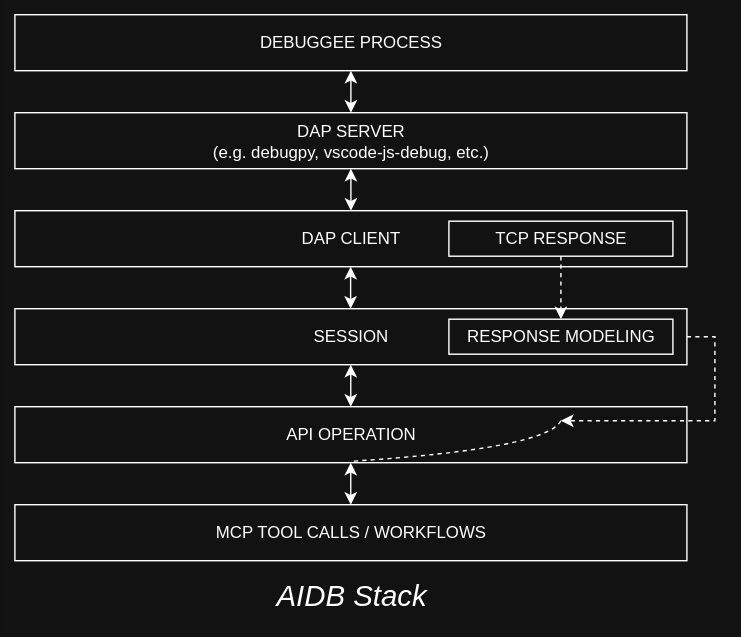
The draw.io diagram docs/_static/aidb-arch.svg in ai-debugger-inc/aidb, before a commit. Source tidied: cells renumbered, new cells last; positions are measured from the earlier drawing's top-left corner, leaving out a move shared by most shapes.
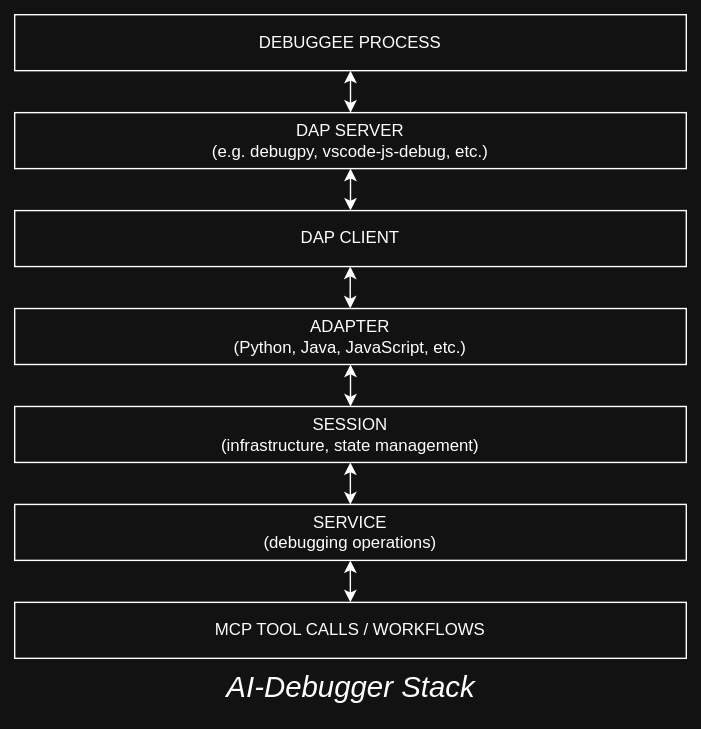
After the change.

What changed in the source:
```diff
@@ -2,11 +2,11 @@
   <root>
     <mxCell id="0" />
     <mxCell id="1" parent="0" />
-    <mxCell id="2" value="API OPERATION" style="rounded=0;whiteSpace=wrap;html=1;fillStyle=auto;" parent="1" vertex="1">
-      <mxGeometry y="280" width="480" height="40" as="geometry" />
+    <mxCell id="2" value="SERVICE&lt;div&gt;(debugging operations)&lt;/div&gt;" style="rounded=0;whiteSpace=wrap;html=1;fillStyle=auto;" parent="1" vertex="1">
+      <mxGeometry y="350" width="480" height="40" as="geometry" />
     </mxCell>
-    <mxCell id="3" value="SESSION" style="rounded=0;whiteSpace=wrap;html=1;" parent="1" vertex="1">
-      <mxGeometry y="210" width="480" height="40" as="geometry" />
+    <mxCell id="3" value="SESSION&lt;div&gt;(infrastructure, state management)&lt;/div&gt;" style="rounded=0;whiteSpace=wrap;html=1;" parent="1" vertex="1">
+      <mxGeometry y="280" width="480" height="40" as="geometry" />
     </mxCell>
     <mxCell id="4" value="DAP CLIENT" style="rounded=0;whiteSpace=wrap;html=1;" parent="1" vertex="1">
       <mxGeometry y="140" width="480" height="40" as="geometry" />
@@ -18,15 +18,15 @@
       <mxGeometry width="480" height="40" as="geometry" />
     </mxCell>
     <mxCell id="7" value="MCP TOOL CALLS / WORKFLOWS" style="rounded=0;whiteSpace=wrap;html=1;" parent="1" vertex="1">
-      <mxGeometry y="350" width="480" height="40" as="geometry" />
+      <mxGeometry y="420" width="480" height="40" as="geometry" />
     </mxCell>
-    <mxCell id="8" value="&lt;font style=&quot;font-size: 21px;&quot;&gt;&lt;i&gt;AIDB Stack&lt;/i&gt;&lt;/font&gt;" style="text;html=1;align=center;verticalAlign=middle;strokeColor=none;fillColor=none;" parent="1" vertex="1">
-      <mxGeometry x="175" y="394" width="130" height="40" as="geometry" />
+    <mxCell id="8" value="&lt;font style=&quot;font-size: 21px;&quot;&gt;&lt;i&gt;AI-Debugger Stack&lt;/i&gt;&lt;/font&gt;" style="text;html=1;align=center;verticalAlign=middle;strokeColor=none;fillColor=none;" parent="1" vertex="1">
+      <mxGeometry x="140" y="460" width="200" height="40" as="geometry" />
     </mxCell>
     <mxCell id="9" style="endArrow=classic;startArrow=classic;html=1;rounded=0;exitX=0.5;exitY=0;exitDx=0;exitDy=0;" parent="1" edge="1">
       <mxGeometry relative="1" as="geometry">
-        <mxPoint x="239.9" y="350" as="sourcePoint" />
-        <mxPoint x="239.9" y="320" as="targetPoint" />
+        <mxPoint x="239.9" y="420" as="sourcePoint" />
+        <mxPoint x="239.9" y="390" as="targetPoint" />
       </mxGeometry>
     </mxCell>
     <mxCell id="10" style="endArrow=classic;startArrow=classic;html=1;rounded=0;exitX=0.5;exitY=0;exitDx=0;exitDy=0;" parent="1" edge="1">
@@ -45,38 +45,19 @@
         <mxPoint x="240" y="40" as="targetPoint" />
       </mxGeometry>
     </mxCell>
-    <mxCell id="13" value="RESPONSE MODELING" style="rounded=0;whiteSpace=wrap;html=1;" parent="1" vertex="1">
-      <mxGeometry x="310" y="217.5" width="160" height="25" as="geometry" />
-    </mxCell>
-    <mxCell id="14" style="endArrow=classic;html=1;rounded=0;dashed=1;exitX=1;exitY=0.5;exitDx=0;exitDy=0;" parent="1" edge="1" source="3">
-      <mxGeometry relative="1" as="geometry">
-        <mxPoint x="390" y="290" as="targetPoint" />
-        <Array as="points">
-          <mxPoint x="500" y="230" />
-          <mxPoint x="500" y="290" />
-        </Array>
-      </mxGeometry>
-    </mxCell>
-    <mxCell id="15" style="endArrow=classic;html=1;rounded=0;dashed=1;exitX=0.5;exitY=1;exitDx=0;exitDy=0;entryX=0.5;entryY=0;entryDx=0;entryDy=0;" parent="1" edge="1" source="18" target="13">
-      <mxGeometry relative="1" as="geometry" />
-    </mxCell>
-    <mxCell id="16" style="curved=1;endArrow=none;html=1;rounded=0;dashed=1;endFill=0;" parent="1" edge="1">
-      <mxGeometry relative="1" as="geometry">
-        <mxPoint x="390" y="290" as="sourcePoint" />
-        <mxPoint x="240" y="319" as="targetPoint" />
-        <Array as="points">
-          <mxPoint x="380" y="310" />
-        </Array>
-      </mxGeometry>
-    </mxCell>
     <mxCell id="17" style="endArrow=classic;startArrow=classic;html=1;rounded=0;exitX=0.5;exitY=0;exitDx=0;exitDy=0;" parent="1" edge="1">
       <mxGeometry relative="1" as="geometry">
-        <mxPoint x="239.9" y="280" as="sourcePoint" />
-        <mxPoint x="239.9" y="250" as="targetPoint" />
+        <mxPoint x="239.9" y="350" as="sourcePoint" />
+        <mxPoint x="239.9" y="320" as="targetPoint" />
       </mxGeometry>
     </mxCell>
-    <mxCell id="18" value="TCP RESPONSE" style="rounded=0;whiteSpace=wrap;html=1;" parent="1" vertex="1">
-      <mxGeometry x="310" y="147.5" width="160" height="25" as="geometry" />
-    </mxCell>
+    <mxCell id="19" value="ADAPTER&lt;div&gt;(Python, Java, JavaScript, etc.)&lt;/div&gt;" style="rounded=0;whiteSpace=wrap;html=1;" parent="1" vertex="1">
+      <mxGeometry y="210" width="480" height="40" as="geometry" />
+    </mxCell>
+    <mxCell id="20" style="endArrow=classic;startArrow=classic;html=1;rounded=0;entryX=0.5;entryY=1;entryDx=0;entryDy=0;" parent="1" edge="1" target="19">
+      <mxGeometry relative="1" as="geometry">
+        <mxPoint x="240" y="280" as="sourcePoint" />
+      </mxGeometry>
+    </mxCell>
   </root>
 </mxGraphModel>
```
